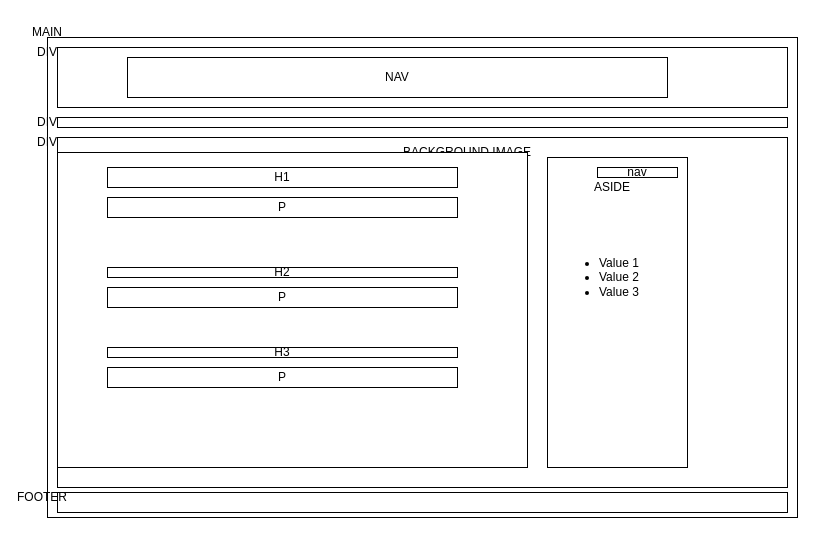
Before: drawio/maqueteplein.drawio in arifoglu/Html-Css-Js, a draw.io diagram. Source tidied: cells renumbered, new cells numbered last; positions are measured from the earlier drawing's top-left corner, leaving out a move shared by most shapes. Both pictures are drawn from the tidied source at 100%, with x=0, y=0 at pixel (17, 17).
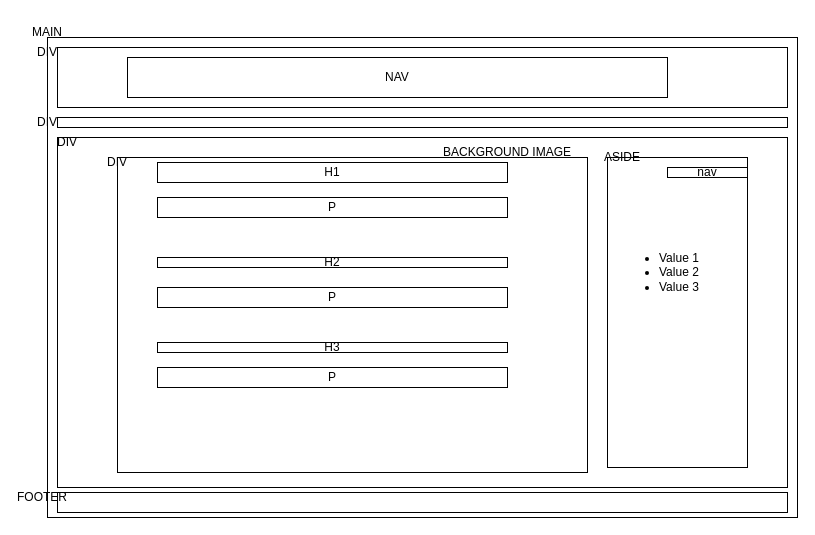
After the change.

What changed in the source:
```diff
@@
     <mxCell id="9" value="DIV" style="text;html=1;strokeColor=none;fillColor=none;align=center;verticalAlign=middle;whiteSpace=wrap;rounded=0;" parent="1" vertex="1">
-      <mxGeometry y="110" width="60" height="30" as="geometry" />
+      <mxGeometry x="20" y="110" width="60" height="30" as="geometry" />
     </mxCell>
@@
     <mxCell id="12" value="BACKGROUND IMAGE" style="text;html=1;strokeColor=none;fillColor=none;align=center;verticalAlign=middle;whiteSpace=wrap;rounded=0;" parent="1" vertex="1">
-      <mxGeometry x="380" y="120" width="140" height="30" as="geometry" />
+      <mxGeometry x="420" y="120" width="140" height="30" as="geometry" />
     </mxCell>
     <mxCell id="13" style="rounded=0;whiteSpace=wrap;html=1;" parent="1" vertex="1">
-      <mxGeometry x="40" y="135" width="470" height="315" as="geometry" />
+      <mxGeometry x="100" y="140" width="470" height="315" as="geometry" />
     </mxCell>
     <mxCell id="14" style="rounded=0;whiteSpace=wrap;html=1;" parent="1" vertex="1">
-      <mxGeometry x="530" y="140" width="140" height="310" as="geometry" />
+      <mxGeometry x="590" y="140" width="140" height="310" as="geometry" />
     </mxCell>
     <mxCell id="15" value="ASIDE" style="text;html=1;strokeColor=none;fillColor=none;align=center;verticalAlign=middle;whiteSpace=wrap;rounded=0;" parent="1" vertex="1">
-      <mxGeometry x="560" y="160" width="70" height="20" as="geometry" />
+      <mxGeometry x="570" y="130" width="70" height="20" as="geometry" />
     </mxCell>
     <mxCell id="16" value="H1" style="rounded=0;whiteSpace=wrap;html=1;" parent="1" vertex="1">
-      <mxGeometry x="90" y="150" width="350" height="20" as="geometry" />
+      <mxGeometry x="140" y="145" width="350" height="20" as="geometry" />
     </mxCell>
     <mxCell id="17" value="P" style="rounded=0;whiteSpace=wrap;html=1;" parent="1" vertex="1">
-      <mxGeometry x="90" y="180" width="350" height="20" as="geometry" />
+      <mxGeometry x="140" y="180" width="350" height="20" as="geometry" />
     </mxCell>
     <mxCell id="18" value="H2" style="rounded=0;whiteSpace=wrap;html=1;" parent="1" vertex="1">
-      <mxGeometry x="90" y="250" width="350" height="10" as="geometry" />
+      <mxGeometry x="140" y="240" width="350" height="10" as="geometry" />
     </mxCell>
     <mxCell id="19" value="P" style="rounded=0;whiteSpace=wrap;html=1;" parent="1" vertex="1">
-      <mxGeometry x="90" y="270" width="350" height="20" as="geometry" />
+      <mxGeometry x="140" y="270" width="350" height="20" as="geometry" />
     </mxCell>
     <mxCell id="20" value="H3" style="rounded=0;whiteSpace=wrap;html=1;" parent="1" vertex="1">
-      <mxGeometry x="90" y="330" width="350" height="10" as="geometry" />
+      <mxGeometry x="140" y="325" width="350" height="10" as="geometry" />
     </mxCell>
     <mxCell id="21" value="P" style="rounded=0;whiteSpace=wrap;html=1;" parent="1" vertex="1">
-      <mxGeometry x="90" y="350" width="350" height="20" as="geometry" />
+      <mxGeometry x="140" y="350" width="350" height="20" as="geometry" />
     </mxCell>
     <mxCell id="22" value="&lt;ul&gt;&lt;li&gt;Value 1&lt;/li&gt;&lt;li&gt;Value 2&lt;/li&gt;&lt;li&gt;Value 3&lt;/li&gt;&lt;/ul&gt;" style="text;strokeColor=none;fillColor=none;html=1;whiteSpace=wrap;verticalAlign=middle;overflow=hidden;" parent="1" vertex="1">
-      <mxGeometry x="540" y="180" width="100" height="160" as="geometry" />
+      <mxGeometry x="600" y="175" width="100" height="160" as="geometry" />
     </mxCell>
@@
     <mxCell id="24" value="nav" style="rounded=0;whiteSpace=wrap;html=1;" parent="1" vertex="1">
-      <mxGeometry x="580" y="150" width="80" height="10" as="geometry" />
+      <mxGeometry x="650" y="150" width="80" height="10" as="geometry" />
     </mxCell>
+    <mxCell id="25" value="DIV" style="text;html=1;strokeColor=none;fillColor=none;align=center;verticalAlign=middle;whiteSpace=wrap;rounded=0;" parent="1" vertex="1">
+      <mxGeometry x="70" y="130" width="60" height="30" as="geometry" />
+    </mxCell>
```
